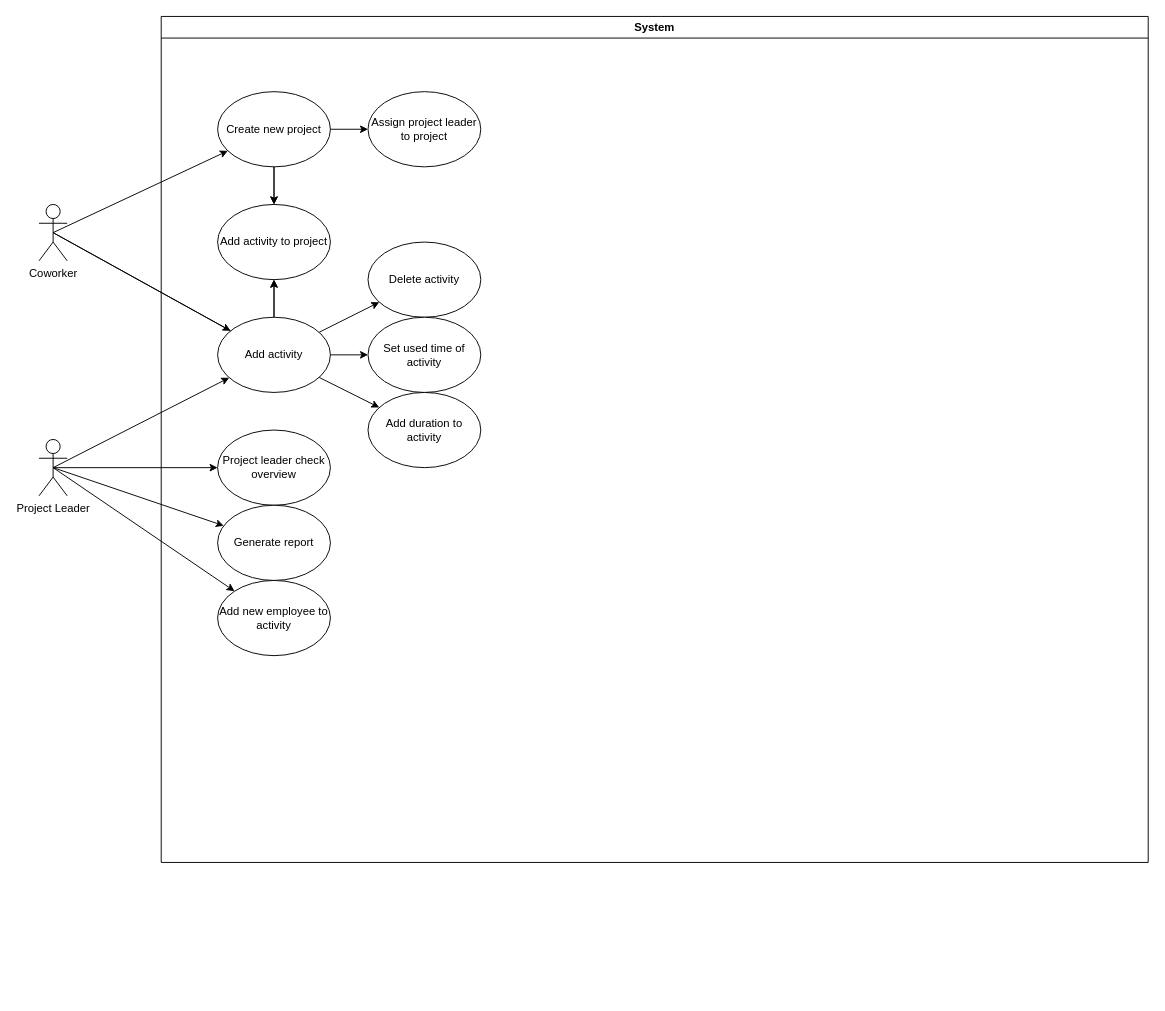
Earlier version of the draw.io diagram Use cases.drawio (Buildasaurus/02161-Projekt). Source tidied: cells renumbered, new cells numbered last; positions are measured from the earlier drawing's top-left corner, leaving out a move shared by most shapes. Both pictures are drawn from the tidied source at 94%, with x=0, y=0 at pixel (39, 16).
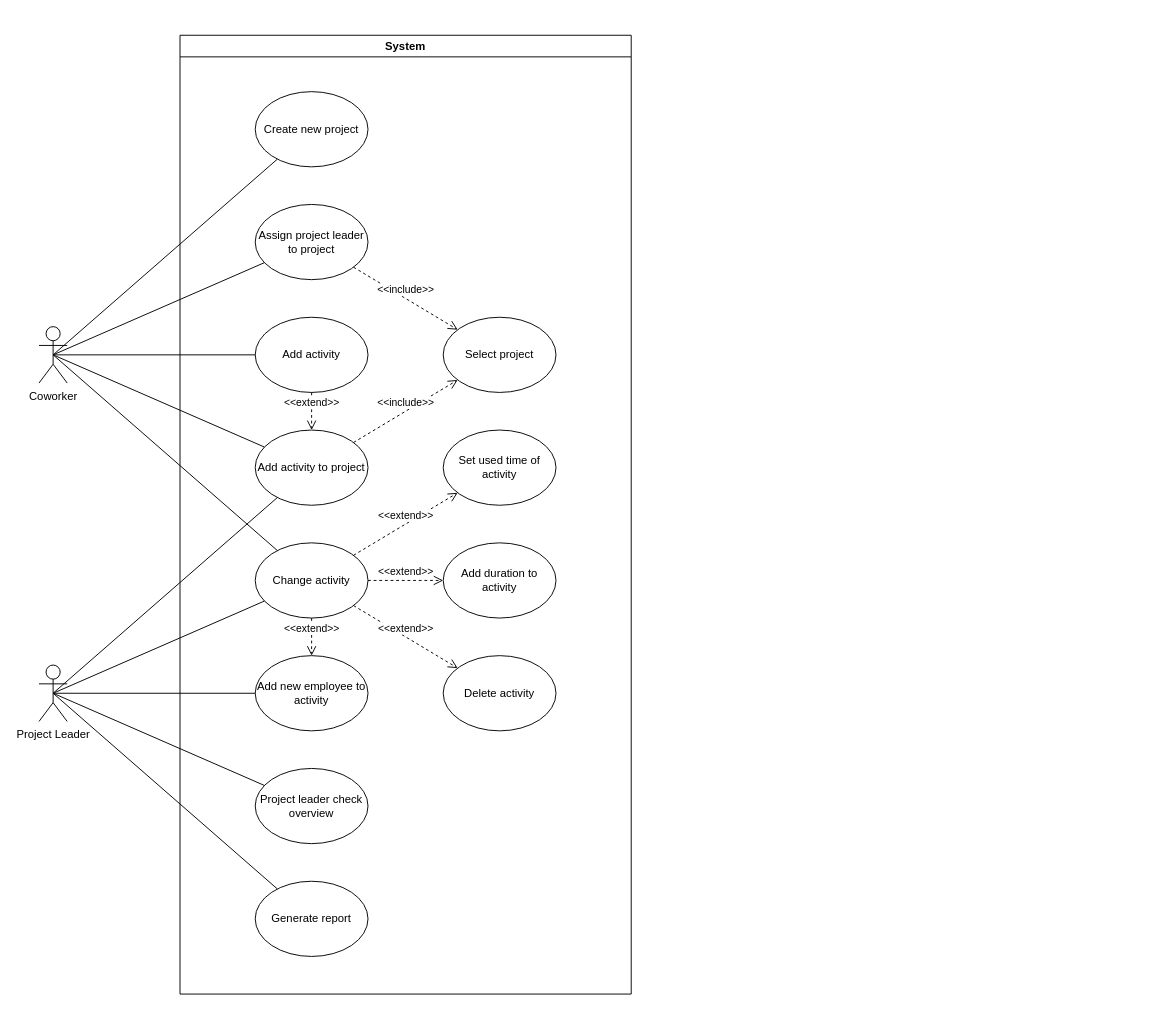
After the change.

Commit message:
use case diagram updated

What changed in the source:
```diff
@@
     <mxCell id="2" value="System" style="swimlane;" parent="1" vertex="1">
-      <mxGeometry x="130" width="1050" height="900" as="geometry" />
+      <mxGeometry x="150" y="20" width="480" height="1020" as="geometry" />
     </mxCell>
     <mxCell id="3" value="Delete activity" style="ellipse;whiteSpace=wrap;html=1;" parent="2" vertex="1">
-      <mxGeometry x="220" y="240" width="120" height="80" as="geometry" />
+      <mxGeometry x="280" y="660" width="120" height="80" as="geometry" />
     </mxCell>
     <mxCell id="4" value="Add new employee to activity" style="ellipse;whiteSpace=wrap;html=1;" parent="2" vertex="1">
-      <mxGeometry x="60" y="600" width="120" height="80" as="geometry" />
+      <mxGeometry x="80" y="660" width="120" height="80" as="geometry" />
     </mxCell>
     <mxCell id="5" value="Project leader check overview" style="ellipse;whiteSpace=wrap;html=1;" parent="2" vertex="1">
-      <mxGeometry x="60" y="440" width="120" height="80" as="geometry" />
+      <mxGeometry x="80" y="780" width="120" height="80" as="geometry" />
     </mxCell>
     <mxCell id="6" value="Set used time of activity" style="ellipse;whiteSpace=wrap;html=1;" parent="2" vertex="1">
-      <mxGeometry x="220" y="320" width="120" height="80" as="geometry" />
+      <mxGeometry x="280" y="420" width="120" height="80" as="geometry" />
     </mxCell>
     <mxCell id="7" value="Create new project" style="ellipse;whiteSpace=wrap;html=1;" parent="2" vertex="1">
-      <mxGeometry x="60" y="80" width="120" height="80" as="geometry" />
+      <mxGeometry x="80" y="60" width="120" height="80" as="geometry" />
     </mxCell>
-    <mxCell id="8" style="endArrow=classic;html=1;rounded=0;" parent="2" edge="1" source="7" target="16">
-      <mxGeometry relative="1" as="geometry" />
-    </mxCell>
-    <mxCell id="9" style="endArrow=classic;html=1;rounded=0;" parent="2" edge="1" source="20" target="6">
-      <mxGeometry relative="1" as="geometry" />
-    </mxCell>
-    <mxCell id="10" style="endArrow=classic;html=1;rounded=0;" parent="2" edge="1" source="20" target="19">
-      <mxGeometry relative="1" as="geometry" />
-    </mxCell>
-    <mxCell id="11" style="endArrow=classic;html=1;rounded=0;" parent="2" edge="1" source="7" target="19">
-      <mxGeometry relative="1" as="geometry" />
-    </mxCell>
-    <mxCell id="12" style="endArrow=classic;html=1;rounded=0;" parent="2" edge="1" source="20" target="3">
-      <mxGeometry relative="1" as="geometry" />
-    </mxCell>
     <mxCell id="13" value="Generate report" style="ellipse;whiteSpace=wrap;html=1;" parent="2" vertex="1">
-      <mxGeometry x="60" y="520" width="120" height="80" as="geometry" />
+      <mxGeometry x="80" y="900" width="120" height="80" as="geometry" />
     </mxCell>
     <mxCell id="14" value="Add duration to activity" style="ellipse;whiteSpace=wrap;html=1;" parent="2" vertex="1">
-      <mxGeometry x="220" y="400" width="120" height="80" as="geometry" />
+      <mxGeometry x="280" y="540" width="120" height="80" as="geometry" />
     </mxCell>
-    <mxCell id="15" style="endArrow=classic;html=1;rounded=0;" parent="2" edge="1" source="20" target="14">
-      <mxGeometry relative="1" as="geometry" />
-    </mxCell>
     <mxCell id="16" value="Assign project leader to project" style="ellipse;whiteSpace=wrap;html=1;" parent="2" vertex="1">
-      <mxGeometry x="220" y="80" width="120" height="80" as="geometry" />
+      <mxGeometry x="80" y="180" width="120" height="80" as="geometry" />
     </mxCell>
-    <mxCell id="17" style="endArrow=classic;html=1;rounded=0;" parent="2" edge="1" source="20" target="19">
-      <mxGeometry relative="1" as="geometry" />
-    </mxCell>
-    <mxCell id="18" style="endArrow=classic;html=1;rounded=0;" parent="2" edge="1" source="7" target="19">
-      <mxGeometry relative="1" as="geometry" />
-    </mxCell>
     <mxCell id="19" value="Add activity to project" style="ellipse;whiteSpace=wrap;html=1;" parent="2" vertex="1">
-      <mxGeometry x="60" y="200" width="120" height="80" as="geometry" />
+      <mxGeometry x="80" y="420" width="120" height="80" as="geometry" />
     </mxCell>
     <mxCell id="20" value="Add activity" style="ellipse;whiteSpace=wrap;html=1;" parent="2" vertex="1">
-      <mxGeometry x="60" y="320" width="120" height="80" as="geometry" />
+      <mxGeometry x="80" y="300" width="120" height="80" as="geometry" />
     </mxCell>
+    <mxCell id="30" value="Change activity" style="ellipse;whiteSpace=wrap;html=1;" parent="2" vertex="1">
+      <mxGeometry x="80" y="540" width="120" height="80" as="geometry" />
+    </mxCell>
+    <mxCell id="31" value="&amp;lt;&amp;lt;extend&amp;gt;&amp;gt;" style="html=1;verticalAlign=bottom;endArrow=open;dashed=1;endSize=8;curved=0;rounded=0;" parent="2" edge="1" source="20" target="19">
+      <mxGeometry relative="1" as="geometry" />
+    </mxCell>
+    <mxCell id="32" value="Select project" style="ellipse;whiteSpace=wrap;html=1;" parent="2" vertex="1">
+      <mxGeometry x="280" y="300" width="120" height="80" as="geometry" />
+    </mxCell>
+    <mxCell id="33" value="&amp;lt;&amp;lt;extend&amp;gt;&amp;gt;" style="html=1;verticalAlign=bottom;endArrow=open;dashed=1;endSize=8;curved=0;rounded=0;" parent="2" edge="1" source="30" target="4">
+      <mxGeometry relative="1" as="geometry" />
+    </mxCell>
+    <mxCell id="34" value="&amp;lt;&amp;lt;extend&amp;gt;&amp;gt;" style="html=1;verticalAlign=bottom;endArrow=open;dashed=1;endSize=8;curved=0;rounded=0;" parent="2" edge="1" source="30" target="6">
+      <mxGeometry relative="1" as="geometry" />
+    </mxCell>
+    <mxCell id="35" value="&amp;lt;&amp;lt;extend&amp;gt;&amp;gt;" style="html=1;verticalAlign=bottom;endArrow=open;dashed=1;endSize=8;curved=0;rounded=0;" parent="2" edge="1" source="30" target="14">
+      <mxGeometry relative="1" as="geometry" />
+    </mxCell>
+    <mxCell id="36" value="&amp;lt;&amp;lt;extend&amp;gt;&amp;gt;" style="html=1;verticalAlign=bottom;endArrow=open;dashed=1;endSize=8;curved=0;rounded=0;" parent="2" edge="1" source="30" target="3">
+      <mxGeometry relative="1" as="geometry" />
+    </mxCell>
+    <mxCell id="37" value="&amp;lt;&amp;lt;include&amp;gt;&amp;gt;" style="html=1;verticalAlign=bottom;endArrow=open;dashed=1;endSize=8;curved=0;rounded=0;" parent="2" edge="1" source="19" target="32">
+      <mxGeometry relative="1" as="geometry" />
+    </mxCell>
+    <mxCell id="38" value="&amp;lt;&amp;lt;include&amp;gt;&amp;gt;" style="html=1;verticalAlign=bottom;endArrow=open;dashed=1;endSize=8;curved=0;rounded=0;" parent="2" edge="1" source="16" target="32">
+      <mxGeometry relative="1" as="geometry" />
+    </mxCell>
     <mxCell id="21" value="Coworker" style="shape=umlActor;verticalLabelPosition=bottom;verticalAlign=top;html=1;outlineConnect=0;" parent="1" vertex="1">
-      <mxGeometry y="200" width="30" height="60" as="geometry" />
+      <mxGeometry y="330" width="30" height="60" as="geometry" />
     </mxCell>
-    <mxCell id="22" style="endArrow=classic;html=1;rounded=0;exitX=0.5;exitY=0.5;exitDx=0;exitDy=0;exitPerimeter=0;" parent="1" edge="1" source="21" target="20">
-      <mxGeometry relative="1" as="geometry" />
-    </mxCell>
-    <mxCell id="23" style="endArrow=none;html=1;rounded=0;exitX=0.5;exitY=0.5;exitDx=0;exitDy=0;exitPerimeter=0;" parent="1" edge="1" source="21" target="20">
-      <mxGeometry relative="1" as="geometry" />
-    </mxCell>
+    <mxCell id="25" value="Project Leader" style="shape=umlActor;verticalLabelPosition=bottom;verticalAlign=top;html=1;outlineConnect=0;" parent="1" vertex="1">
+      <mxGeometry y="690" width="30" height="60" as="geometry" />
+    </mxCell>
-    <mxCell id="24" style="endArrow=classic;html=1;rounded=0;exitX=0.5;exitY=0.5;exitDx=0;exitDy=0;exitPerimeter=0;" parent="1" edge="1" source="21" target="7">
+    <mxCell id="24" style="endArrow=none;html=1;rounded=0;exitX=0.5;exitY=0.5;exitDx=0;exitDy=0;exitPerimeter=0;" parent="1" edge="1" source="21" target="7">
       <mxGeometry relative="1" as="geometry" />
     </mxCell>
-    <mxCell id="25" value="Project Leader" style="shape=umlActor;verticalLabelPosition=bottom;verticalAlign=top;html=1;outlineConnect=0;" parent="1" vertex="1">
-      <mxGeometry y="450" width="30" height="60" as="geometry" />
-    </mxCell>
+    <mxCell id="39" style="endArrow=none;html=1;rounded=0;exitX=0.5;exitY=0.5;exitDx=0;exitDy=0;exitPerimeter=0;" parent="1" edge="1" source="21" target="20">
+      <mxGeometry relative="1" as="geometry" />
+    </mxCell>
+    <mxCell id="40" style="endArrow=none;html=1;rounded=0;exitX=0.5;exitY=0.5;exitDx=0;exitDy=0;exitPerimeter=0;" parent="1" edge="1" source="21" target="16">
+      <mxGeometry relative="1" as="geometry" />
+    </mxCell>
+    <mxCell id="41" style="endArrow=none;html=1;rounded=0;exitX=0.5;exitY=0.5;exitDx=0;exitDy=0;exitPerimeter=0;" parent="1" edge="1" source="25" target="19">
+      <mxGeometry relative="1" as="geometry" />
+    </mxCell>
+    <mxCell id="42" style="endArrow=none;html=1;rounded=0;exitX=0.5;exitY=0.5;exitDx=0;exitDy=0;exitPerimeter=0;" parent="1" edge="1" source="21" target="19">
+      <mxGeometry relative="1" as="geometry" />
+    </mxCell>
+    <mxCell id="43" style="endArrow=none;html=1;rounded=0;exitX=0.5;exitY=0.5;exitDx=0;exitDy=0;exitPerimeter=0;" parent="1" edge="1" source="25" target="30">
+      <mxGeometry relative="1" as="geometry" />
+    </mxCell>
+    <mxCell id="44" style="endArrow=none;html=1;rounded=0;exitX=0.5;exitY=0.5;exitDx=0;exitDy=0;exitPerimeter=0;" parent="1" edge="1" source="21" target="30">
+      <mxGeometry relative="1" as="geometry" />
+    </mxCell>
+    <mxCell id="27" style="endArrow=none;html=1;rounded=0;exitX=0.5;exitY=0.5;exitDx=0;exitDy=0;exitPerimeter=0;" parent="1" edge="1" source="25" target="4">
+      <mxGeometry relative="1" as="geometry" />
+    </mxCell>
+    <mxCell id="29" style="endArrow=none;html=1;rounded=0;exitX=0.5;exitY=0.5;exitDx=0;exitDy=0;exitPerimeter=0;" parent="1" edge="1" source="25" target="5">
+      <mxGeometry relative="1" as="geometry" />
+    </mxCell>
-    <mxCell id="26" style="endArrow=classic;html=1;rounded=0;exitX=0.5;exitY=0.5;exitDx=0;exitDy=0;exitPerimeter=0;" parent="1" edge="1" source="25" target="13">
+    <mxCell id="26" style="endArrow=none;html=1;rounded=0;exitX=0.5;exitY=0.5;exitDx=0;exitDy=0;exitPerimeter=0;" parent="1" edge="1" source="25" target="13">
       <mxGeometry relative="1" as="geometry" />
     </mxCell>
-    <mxCell id="27" style="endArrow=classic;html=1;rounded=0;exitX=0.5;exitY=0.5;exitDx=0;exitDy=0;exitPerimeter=0;" parent="1" edge="1" source="25" target="4">
-      <mxGeometry relative="1" as="geometry" />
-    </mxCell>
-    <mxCell id="28" style="endArrow=classic;html=1;rounded=0;exitX=0.5;exitY=0.5;exitDx=0;exitDy=0;exitPerimeter=0;" parent="1" edge="1" source="25" target="20">
-      <mxGeometry relative="1" as="geometry" />
-    </mxCell>
-    <mxCell id="29" style="endArrow=classic;html=1;rounded=0;exitX=0.5;exitY=0.5;exitDx=0;exitDy=0;exitPerimeter=0;" parent="1" edge="1" source="25" target="5">
-      <mxGeometry relative="1" as="geometry" />
-    </mxCell>
```
